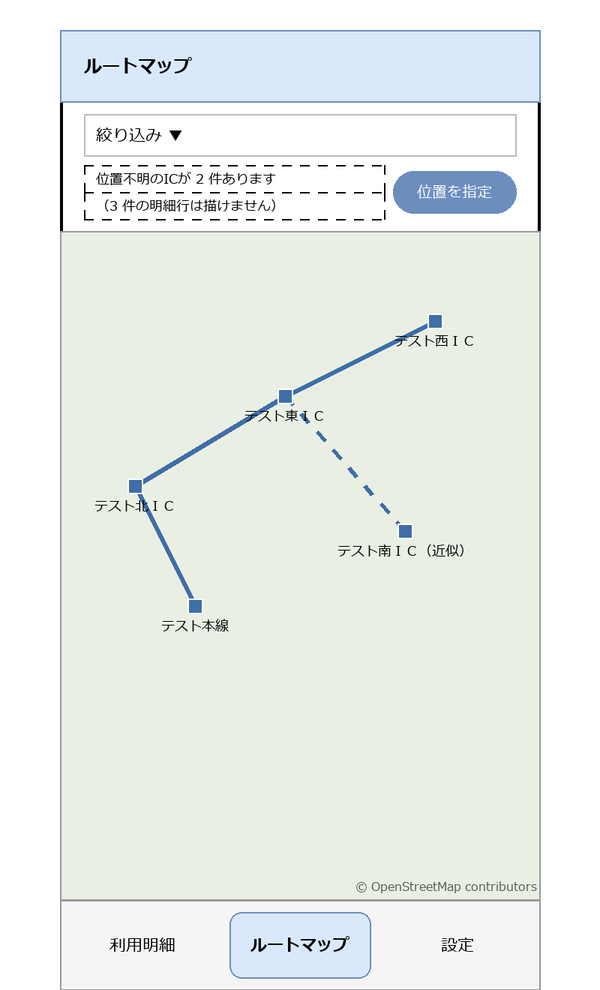
The draw.io diagram docs/systems/screens/images/SCR-005-route-map.drawio.png in hnt1028/etc-meisai, before a commit. Source tidied: cells renumbered, new cells last; positions are measured from the earlier drawing's top-left corner, leaving out a move shared by most shapes. Its diagram source:
```xml
<mxGraphModel>
  <root>
    <mxCell id="0" />
    <mxCell id="1" parent="0" />
    <mxCell id="2" style="rounded=1;whiteSpace=wrap;html=1;arcSize=3;strokeWidth=2;" parent="1" vertex="1">
      <mxGeometry width="320" height="640" as="geometry" />
    </mxCell>
    <mxCell id="3" value="ルートマップ" style="rounded=0;whiteSpace=wrap;html=1;align=left;spacingLeft=16;fontStyle=1;fillColor=#dae8fc;strokeColor=#6c8ebf;" parent="1" vertex="1">
      <mxGeometry width="320" height="48" as="geometry" />
    </mxCell>
    <mxCell id="4" value="絞り込み ▼" style="rounded=0;whiteSpace=wrap;html=1;align=left;spacingLeft=8;fontSize=11;fillColor=none;strokeColor=#bbbbbb;" parent="1" vertex="1">
      <mxGeometry x="16" y="56" width="288" height="28" as="geometry" />
    </mxCell>
    <mxCell id="5" value="位置不明のICが 2 件あります" style="rounded=0;whiteSpace=wrap;html=1;align=left;spacingLeft=8;fontSize=10;fillColor=none;dashed=1;fontSize=9;" parent="1" vertex="1">
      <mxGeometry x="16" y="90" width="200" height="18" as="geometry" />
    </mxCell>
    <mxCell id="6" value="（3 件の明細行は描けません）" style="rounded=0;whiteSpace=wrap;html=1;align=left;spacingLeft=8;fontSize=10;fillColor=none;dashed=1;fontSize=9;" parent="1" vertex="1">
      <mxGeometry x="16" y="108" width="200" height="18" as="geometry" />
    </mxCell>
    <mxCell id="7" value="位置を指定" style="rounded=1;whiteSpace=wrap;html=1;arcSize=50;fillColor=#6c8ebf;fontColor=#ffffff;strokeColor=#6c8ebf;fontSize=10;" parent="1" vertex="1">
      <mxGeometry x="222" y="94" width="82" height="28" as="geometry" />
    </mxCell>
    <mxCell id="8" style="rounded=0;whiteSpace=wrap;html=1;fillColor=#e9efe3;strokeColor=#999999;" parent="1" vertex="1">
      <mxGeometry y="134" width="320" height="446" as="geometry" />
    </mxCell>
    <mxCell id="9" style="endArrow=none;html=1;strokeColor=#3f6ea8;strokeWidth=3;" parent="1" edge="1">
      <mxGeometry relative="1" as="geometry">
        <mxPoint x="50" y="304" as="sourcePoint" />
        <mxPoint x="150" y="244" as="targetPoint" />
      </mxGeometry>
    </mxCell>
    <mxCell id="10" style="endArrow=none;html=1;strokeColor=#3f6ea8;strokeWidth=3;" parent="1" edge="1">
      <mxGeometry relative="1" as="geometry">
        <mxPoint x="150" y="244" as="sourcePoint" />
        <mxPoint x="250" y="194" as="targetPoint" />
      </mxGeometry>
    </mxCell>
    <mxCell id="11" style="endArrow=none;html=1;strokeColor=#3f6ea8;strokeWidth=3;dashed=1;" parent="1" edge="1">
      <mxGeometry relative="1" as="geometry">
        <mxPoint x="150" y="244" as="sourcePoint" />
        <mxPoint x="230" y="334" as="targetPoint" />
      </mxGeometry>
    </mxCell>
    <mxCell id="12" style="endArrow=none;html=1;strokeColor=#3f6ea8;strokeWidth=3;" parent="1" edge="1">
      <mxGeometry relative="1" as="geometry">
        <mxPoint x="50" y="304" as="sourcePoint" />
        <mxPoint x="90" y="384" as="targetPoint" />
      </mxGeometry>
    </mxCell>
    <mxCell id="13" style="ellipse;whiteSpace=wrap;html=1;fillColor=#3f6ea8;strokeColor=#ffffff;" parent="1" vertex="1">
      <mxGeometry x="45" y="299" width="10" height="10" as="geometry" />
    </mxCell>
    <mxCell id="14" value="テスト北ＩＣ" style="text;html=1;align=center;verticalAlign=middle;fontSize=9;" parent="1" vertex="1">
      <mxGeometry x="5" y="310" width="90" height="14" as="geometry" />
    </mxCell>
    <mxCell id="15" style="ellipse;whiteSpace=wrap;html=1;fillColor=#3f6ea8;strokeColor=#ffffff;" parent="1" vertex="1">
      <mxGeometry x="145" y="239" width="10" height="10" as="geometry" />
    </mxCell>
    <mxCell id="16" value="テスト東ＩＣ" style="text;html=1;align=center;verticalAlign=middle;fontSize=9;" parent="1" vertex="1">
      <mxGeometry x="105" y="250" width="90" height="14" as="geometry" />
    </mxCell>
    <mxCell id="17" style="ellipse;whiteSpace=wrap;html=1;fillColor=#3f6ea8;strokeColor=#ffffff;" parent="1" vertex="1">
      <mxGeometry x="245" y="189" width="10" height="10" as="geometry" />
    </mxCell>
    <mxCell id="18" value="テスト西ＩＣ" style="text;html=1;align=center;verticalAlign=middle;fontSize=9;" parent="1" vertex="1">
      <mxGeometry x="205" y="200" width="90" height="14" as="geometry" />
    </mxCell>
    <mxCell id="19" style="ellipse;whiteSpace=wrap;html=1;fillColor=#3f6ea8;strokeColor=#ffffff;" parent="1" vertex="1">
      <mxGeometry x="225" y="329" width="10" height="10" as="geometry" />
    </mxCell>
    <mxCell id="20" value="テスト南ＩＣ（近似）" style="text;html=1;align=center;verticalAlign=middle;fontSize=9;" parent="1" vertex="1">
      <mxGeometry x="185" y="340" width="90" height="14" as="geometry" />
    </mxCell>
    <mxCell id="21" style="ellipse;whiteSpace=wrap;html=1;fillColor=#3f6ea8;strokeColor=#ffffff;" parent="1" vertex="1">
      <mxGeometry x="85" y="379" width="10" height="10" as="geometry" />
    </mxCell>
    <mxCell id="22" value="テスト本線" style="text;html=1;align=center;verticalAlign=middle;fontSize=9;" parent="1" vertex="1">
      <mxGeometry x="45" y="390" width="90" height="14" as="geometry" />
    </mxCell>
    <mxCell id="23" value="© OpenStreetMap contributors" style="text;html=1;align=right;verticalAlign=middle;fontSize=8;fontColor=#555555;" parent="1" vertex="1">
      <mxGeometry x="180" y="564" width="138" height="14" as="geometry" />
    </mxCell>
    <mxCell id="24" style="rounded=0;whiteSpace=wrap;html=1;fillColor=#f5f5f5;strokeColor=#999999;" parent="1" vertex="1">
      <mxGeometry y="580" width="320" height="60" as="geometry" />
    </mxCell>
    <mxCell id="25" value="利用明細" style="rounded=1;whiteSpace=wrap;html=1;arcSize=40;fontSize=11;fillColor=none;strokeColor=#f5f5f5;" parent="1" vertex="1">
      <mxGeometry x="8" y="588" width="94" height="44" as="geometry" />
    </mxCell>
    <mxCell id="26" value="ルートマップ" style="rounded=1;whiteSpace=wrap;html=1;arcSize=40;fontSize=11;fillColor=#dae8fc;strokeColor=#6c8ebf;fontStyle=1;" parent="1" vertex="1">
      <mxGeometry x="113" y="588" width="94" height="44" as="geometry" />
    </mxCell>
    <mxCell id="27" value="設定" style="rounded=1;whiteSpace=wrap;html=1;arcSize=40;fontSize=11;fillColor=none;strokeColor=#f5f5f5;" parent="1" vertex="1">
      <mxGeometry x="218" y="588" width="94" height="44" as="geometry" />
    </mxCell>
  </root>
</mxGraphModel>
```
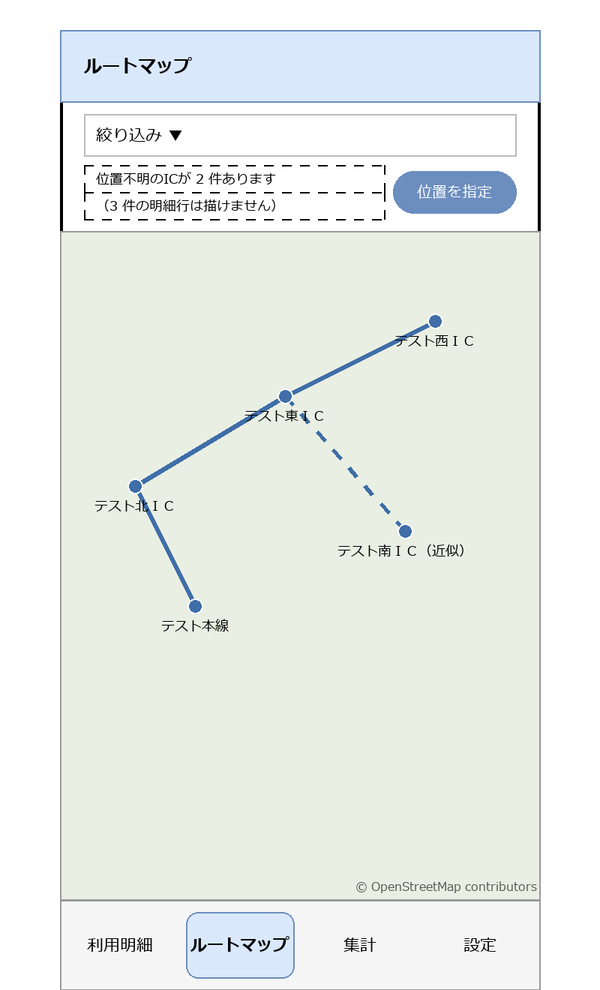
Above is the later version.

Diff of the diagram source:
```diff
@@ -84,13 +84,16 @@
       <mxGeometry y="580" width="320" height="60" as="geometry" />
     </mxCell>
     <mxCell id="25" value="利用明細" style="rounded=1;whiteSpace=wrap;html=1;arcSize=40;fontSize=11;fillColor=none;strokeColor=#f5f5f5;" parent="1" vertex="1">
-      <mxGeometry x="8" y="588" width="94" height="44" as="geometry" />
+      <mxGeometry x="4" y="588" width="72" height="44" as="geometry" />
     </mxCell>
     <mxCell id="26" value="ルートマップ" style="rounded=1;whiteSpace=wrap;html=1;arcSize=40;fontSize=11;fillColor=#dae8fc;strokeColor=#6c8ebf;fontStyle=1;" parent="1" vertex="1">
-      <mxGeometry x="113" y="588" width="94" height="44" as="geometry" />
+      <mxGeometry x="84" y="588" width="72" height="44" as="geometry" />
     </mxCell>
-    <mxCell id="27" value="設定" style="rounded=1;whiteSpace=wrap;html=1;arcSize=40;fontSize=11;fillColor=none;strokeColor=#f5f5f5;" parent="1" vertex="1">
-      <mxGeometry x="218" y="588" width="94" height="44" as="geometry" />
+    <mxCell id="27" value="集計" style="rounded=1;whiteSpace=wrap;html=1;arcSize=40;fontSize=11;fillColor=none;strokeColor=#f5f5f5;" parent="1" vertex="1">
+      <mxGeometry x="164" y="588" width="72" height="44" as="geometry" />
     </mxCell>
+    <mxCell id="28" value="設定" style="rounded=1;whiteSpace=wrap;html=1;arcSize=40;fontSize=11;fillColor=none;strokeColor=#f5f5f5;" parent="1" vertex="1">
+      <mxGeometry x="244" y="588" width="72" height="44" as="geometry" />
+    </mxCell>
   </root>
 </mxGraphModel>
```
